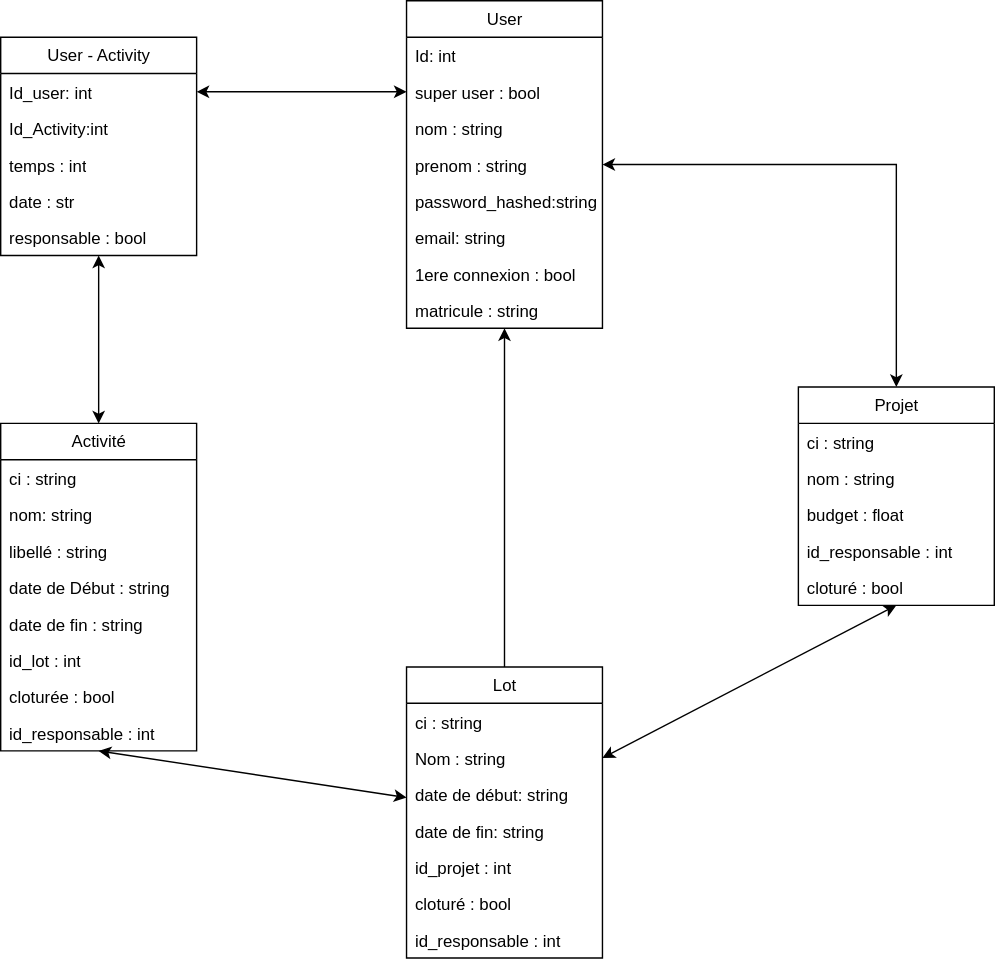
fetohiaras/projet-genilog-is keeps this draw.io diagram as BDD/diagramme_BDD.svg. Above is the earlier version. Source tidied: cells renumbered, new cells last; positions are measured from the earlier drawing's top-left corner, leaving out a move shared by most shapes.
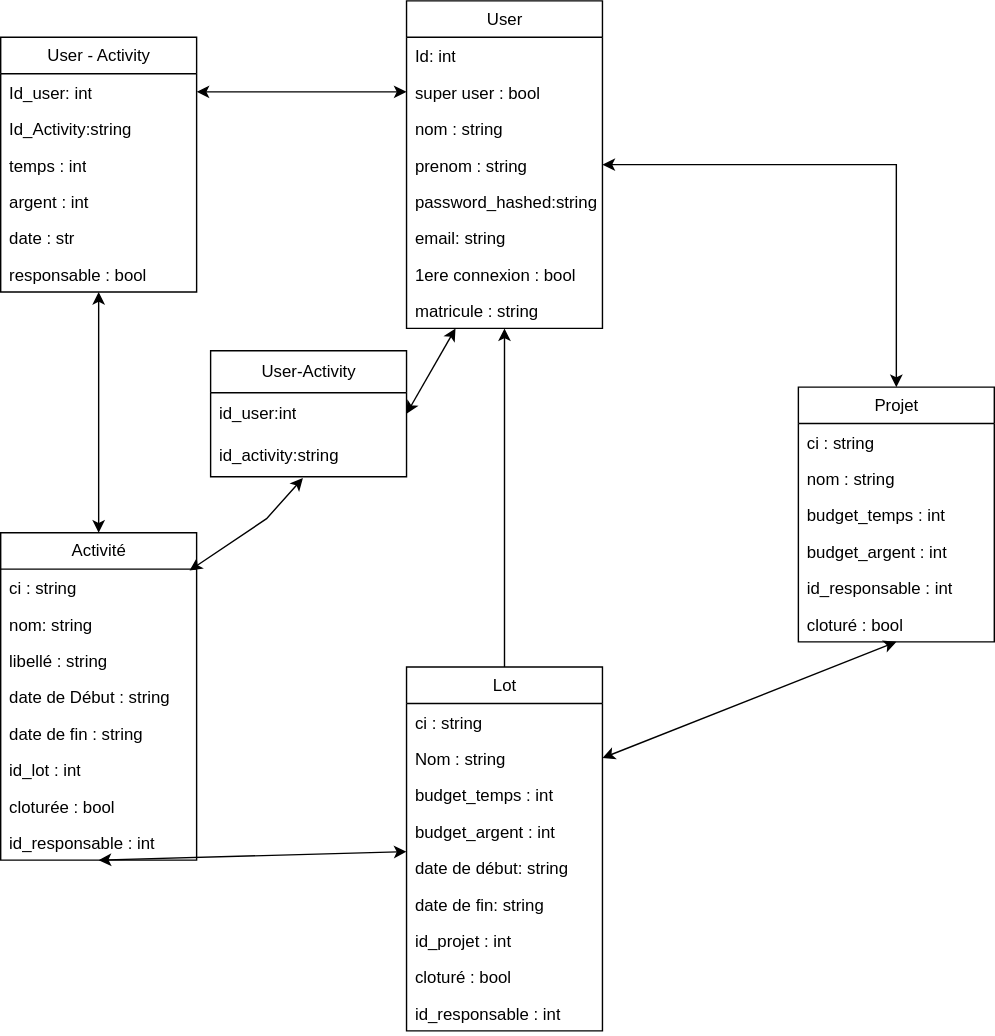
Above is the later version.

The edit, as a diff of the source:
```diff
@@ -44,25 +44,28 @@
       <mxGeometry relative="1" as="geometry" />
     </mxCell>
     <mxCell id="14" value="User - Activity" style="swimlane;fontStyle=0;horizontal=1;startSize=26;fillColor=none;whiteSpace=wrap;html=1;" parent="1" vertex="1">
-      <mxGeometry y="26" width="140" height="156" as="geometry" />
+      <mxGeometry y="26" width="140" height="182" as="geometry" />
     </mxCell>
     <mxCell id="15" value="Id_user: int" style="text;strokeColor=none;fillColor=none;align=left;verticalAlign=top;spacingLeft=4;spacingRight=4;overflow=hidden;points=[[0,0.5],[1,0.5]];portConstraint=eastwest;whiteSpace=wrap;html=1;" parent="14" vertex="1">
       <mxGeometry y="26" width="140" height="26" as="geometry" />
     </mxCell>
-    <mxCell id="16" value="Id_Activity:int" style="text;strokeColor=none;fillColor=none;align=left;verticalAlign=top;spacingLeft=4;spacingRight=4;overflow=hidden;whiteSpace=wrap;html=1;" parent="14" vertex="1">
+    <mxCell id="16" value="&lt;div&gt;Id_Activity:string&lt;/div&gt;" style="text;strokeColor=none;fillColor=none;align=left;verticalAlign=top;spacingLeft=4;spacingRight=4;overflow=hidden;whiteSpace=wrap;html=1;" parent="14" vertex="1">
       <mxGeometry y="52" width="140" height="26" as="geometry" />
     </mxCell>
     <mxCell id="17" value="temps : int" style="text;strokeColor=none;fillColor=none;align=left;verticalAlign=top;spacingLeft=4;spacingRight=4;overflow=hidden;whiteSpace=wrap;html=1;" parent="14" vertex="1">
       <mxGeometry y="78" width="140" height="26" as="geometry" />
     </mxCell>
+    <mxCell id="46" value="argent : int" style="text;strokeColor=none;fillColor=none;align=left;verticalAlign=top;spacingLeft=4;spacingRight=4;overflow=hidden;whiteSpace=wrap;html=1;" parent="14" vertex="1">
+      <mxGeometry y="104" width="140" height="26" as="geometry" />
+    </mxCell>
     <mxCell id="18" value="date : str" style="text;strokeColor=none;fillColor=none;align=left;verticalAlign=top;spacingLeft=4;spacingRight=4;overflow=hidden;whiteSpace=wrap;html=1;" parent="14" vertex="1">
-      <mxGeometry y="104" width="140" height="26" as="geometry" />
+      <mxGeometry y="130" width="140" height="26" as="geometry" />
     </mxCell>
     <mxCell id="19" value="responsable : bool" style="text;strokeColor=none;fillColor=none;align=left;verticalAlign=top;spacingLeft=4;spacingRight=4;overflow=hidden;whiteSpace=wrap;html=1;" parent="14" vertex="1">
-      <mxGeometry y="130" width="140" height="26" as="geometry" />
+      <mxGeometry y="156" width="140" height="26" as="geometry" />
     </mxCell>
     <mxCell id="20" value="Activité" style="swimlane;fontStyle=0;horizontal=1;startSize=26;fillColor=none;whiteSpace=wrap;html=1;" parent="1" vertex="1">
-      <mxGeometry y="302" width="140" height="234" as="geometry" />
+      <mxGeometry y="380" width="140" height="234" as="geometry" />
     </mxCell>
     <mxCell id="21" value="ci : string" style="text;strokeColor=none;fillColor=none;align=left;verticalAlign=top;spacingLeft=4;spacingRight=4;overflow=hidden;points=[[0,0.5],[1,0.5]];portConstraint=eastwest;whiteSpace=wrap;html=1;" parent="20" vertex="1">
       <mxGeometry y="26" width="140" height="26" as="geometry" />
@@ -95,7 +98,7 @@
       <mxGeometry relative="1" as="geometry" />
     </mxCell>
     <mxCell id="31" value="Lot" style="swimlane;fontStyle=0;horizontal=1;startSize=26;fillColor=none;whiteSpace=wrap;html=1;" parent="1" vertex="1">
-      <mxGeometry x="290" y="476" width="140" height="208" as="geometry" />
+      <mxGeometry x="290" y="476" width="140" height="260" as="geometry" />
     </mxCell>
     <mxCell id="32" value="ci : string" style="text;strokeColor=none;fillColor=none;align=left;verticalAlign=top;spacingLeft=4;spacingRight=4;overflow=hidden;whiteSpace=wrap;html=1;" parent="31" vertex="1">
       <mxGeometry y="26" width="140" height="26" as="geometry" />
@@ -103,23 +106,29 @@
     <mxCell id="33" value="Nom : string" style="text;strokeColor=none;fillColor=none;align=left;verticalAlign=top;spacingLeft=4;spacingRight=4;overflow=hidden;points=[[0,0.5],[1,0.5]];portConstraint=eastwest;whiteSpace=wrap;html=1;" parent="31" vertex="1">
       <mxGeometry y="52" width="140" height="26" as="geometry" />
     </mxCell>
+    <mxCell id="47" value="budget_temps : int" style="text;strokeColor=none;fillColor=none;align=left;verticalAlign=top;spacingLeft=4;spacingRight=4;overflow=hidden;whiteSpace=wrap;html=1;" parent="31" vertex="1">
+      <mxGeometry y="78" width="140" height="26" as="geometry" />
+    </mxCell>
+    <mxCell id="48" value="&lt;div&gt;budget_argent : int&lt;/div&gt;&lt;div&gt;&lt;br&gt;&lt;br&gt;&lt;/div&gt;" style="text;strokeColor=none;fillColor=none;align=left;verticalAlign=top;spacingLeft=4;spacingRight=4;overflow=hidden;whiteSpace=wrap;html=1;" parent="31" vertex="1">
+      <mxGeometry y="104" width="140" height="26" as="geometry" />
+    </mxCell>
     <mxCell id="34" value="date de début: string" style="text;strokeColor=none;fillColor=none;align=left;verticalAlign=top;spacingLeft=4;spacingRight=4;overflow=hidden;whiteSpace=wrap;html=1;" parent="31" vertex="1">
-      <mxGeometry y="78" width="140" height="26" as="geometry" />
+      <mxGeometry y="130" width="140" height="26" as="geometry" />
     </mxCell>
     <mxCell id="35" value="date de fin: string" style="text;strokeColor=none;fillColor=none;align=left;verticalAlign=top;spacingLeft=4;spacingRight=4;overflow=hidden;whiteSpace=wrap;html=1;" parent="31" vertex="1">
-      <mxGeometry y="104" width="140" height="26" as="geometry" />
+      <mxGeometry y="156" width="140" height="26" as="geometry" />
     </mxCell>
     <mxCell id="36" value="id_projet : int" style="text;strokeColor=none;fillColor=none;align=left;verticalAlign=top;spacingLeft=4;spacingRight=4;overflow=hidden;whiteSpace=wrap;html=1;" parent="31" vertex="1">
-      <mxGeometry y="130" width="140" height="26" as="geometry" />
+      <mxGeometry y="182" width="140" height="26" as="geometry" />
     </mxCell>
     <mxCell id="37" value="cloturé : bool" style="text;strokeColor=none;fillColor=none;align=left;verticalAlign=top;spacingLeft=4;spacingRight=4;overflow=hidden;whiteSpace=wrap;html=1;" parent="31" vertex="1">
-      <mxGeometry y="156" width="140" height="26" as="geometry" />
+      <mxGeometry y="208" width="140" height="26" as="geometry" />
     </mxCell>
     <mxCell id="38" value="id_responsable : int" style="text;strokeColor=none;fillColor=none;align=left;verticalAlign=top;spacingLeft=4;spacingRight=4;overflow=hidden;whiteSpace=wrap;html=1;" parent="31" vertex="1">
-      <mxGeometry y="182" width="140" height="26" as="geometry" />
+      <mxGeometry y="234" width="140" height="26" as="geometry" />
     </mxCell>
     <mxCell id="39" value="Projet" style="swimlane;fontStyle=0;horizontal=1;startSize=26;fillColor=none;whiteSpace=wrap;html=1;" parent="1" vertex="1">
-      <mxGeometry x="570" y="276" width="140" height="156" as="geometry" />
+      <mxGeometry x="570" y="276" width="140" height="182" as="geometry" />
     </mxCell>
     <mxCell id="40" value="ci : string" style="text;strokeColor=none;fillColor=none;align=left;verticalAlign=top;spacingLeft=4;spacingRight=4;overflow=hidden;whiteSpace=wrap;html=1;" parent="39" vertex="1">
       <mxGeometry y="26" width="140" height="26" as="geometry" />
@@ -127,17 +136,39 @@
     <mxCell id="41" value="nom : string" style="text;strokeColor=none;fillColor=none;align=left;verticalAlign=top;spacingLeft=4;spacingRight=4;overflow=hidden;whiteSpace=wrap;html=1;" parent="39" vertex="1">
       <mxGeometry y="52" width="140" height="26" as="geometry" />
     </mxCell>
-    <mxCell id="42" value="budget : float" style="text;strokeColor=none;fillColor=none;align=left;verticalAlign=top;spacingLeft=4;spacingRight=4;overflow=hidden;whiteSpace=wrap;html=1;" parent="39" vertex="1">
+    <mxCell id="42" value="budget_temps : int" style="text;strokeColor=none;fillColor=none;align=left;verticalAlign=top;spacingLeft=4;spacingRight=4;overflow=hidden;whiteSpace=wrap;html=1;" parent="39" vertex="1">
       <mxGeometry y="78" width="140" height="26" as="geometry" />
     </mxCell>
+    <mxCell id="49" value="&lt;div&gt;budget_argent : int&lt;/div&gt;&lt;div&gt;&lt;br&gt;&lt;/div&gt;" style="text;strokeColor=none;fillColor=none;align=left;verticalAlign=top;spacingLeft=4;spacingRight=4;overflow=hidden;whiteSpace=wrap;html=1;" parent="39" vertex="1">
+      <mxGeometry y="104" width="140" height="26" as="geometry" />
+    </mxCell>
     <mxCell id="43" value="id_responsable : int" style="text;strokeColor=none;fillColor=none;align=left;verticalAlign=top;spacingLeft=4;spacingRight=4;overflow=hidden;whiteSpace=wrap;html=1;" parent="39" vertex="1">
-      <mxGeometry y="104" width="140" height="26" as="geometry" />
+      <mxGeometry y="130" width="140" height="26" as="geometry" />
     </mxCell>
     <mxCell id="44" value="cloturé : bool" style="text;strokeColor=none;fillColor=none;align=left;verticalAlign=top;spacingLeft=4;spacingRight=4;overflow=hidden;whiteSpace=wrap;html=1;" parent="39" vertex="1">
-      <mxGeometry y="130" width="140" height="26" as="geometry" />
+      <mxGeometry y="156" width="140" height="26" as="geometry" />
     </mxCell>
     <mxCell id="45" style="rounded=0;jettySize=auto;html=1;exitX=1;exitY=0.5;exitDx=0;exitDy=0;entryX=0.5;entryY=1;entryDx=0;entryDy=0;startArrow=classic;startFill=1;" parent="1" edge="1" source="33" target="39">
       <mxGeometry relative="1" as="geometry" />
     </mxCell>
+    <mxCell id="50" value="User-Activity" style="swimlane;fontStyle=0;horizontal=1;startSize=30;whiteSpace=wrap;html=1;" parent="1" vertex="1">
+      <mxGeometry x="150" y="250" width="140" height="90" as="geometry" />
+    </mxCell>
+    <mxCell id="51" value="id_user:int" style="text;strokeColor=none;fillColor=none;align=left;verticalAlign=middle;spacingLeft=4;spacingRight=4;overflow=hidden;whiteSpace=wrap;html=1;" parent="50" vertex="1">
+      <mxGeometry y="30" width="140" height="30" as="geometry" />
+    </mxCell>
+    <mxCell id="52" value="&lt;div&gt;id_activity:string&lt;/div&gt;" style="text;strokeColor=none;fillColor=none;align=left;verticalAlign=middle;spacingLeft=4;spacingRight=4;overflow=hidden;points=[[0,0.5],[1,0.5]];portConstraint=eastwest;whiteSpace=wrap;html=1;" parent="50" vertex="1">
+      <mxGeometry y="60" width="140" height="30" as="geometry" />
+    </mxCell>
+    <mxCell id="53" style="endArrow=classic;startArrow=classic;html=1;rounded=0;exitX=0.964;exitY=0.038;exitDx=0;exitDy=0;exitPerimeter=0;entryX=0.471;entryY=1.033;entryDx=0;entryDy=0;entryPerimeter=0;" parent="1" edge="1" source="21" target="52">
+      <mxGeometry relative="1" as="geometry">
+        <Array as="points">
+          <mxPoint x="190" y="370" />
+        </Array>
+      </mxGeometry>
+    </mxCell>
+    <mxCell id="54" style="endArrow=classic;startArrow=classic;html=1;rounded=0;exitX=1;exitY=0.5;exitDx=0;exitDy=0;entryX=0.25;entryY=1;entryDx=0;entryDy=0;" parent="1" edge="1" source="50" target="3">
+      <mxGeometry relative="1" as="geometry" />
+    </mxCell>
   </root>
 </mxGraphModel>
```
